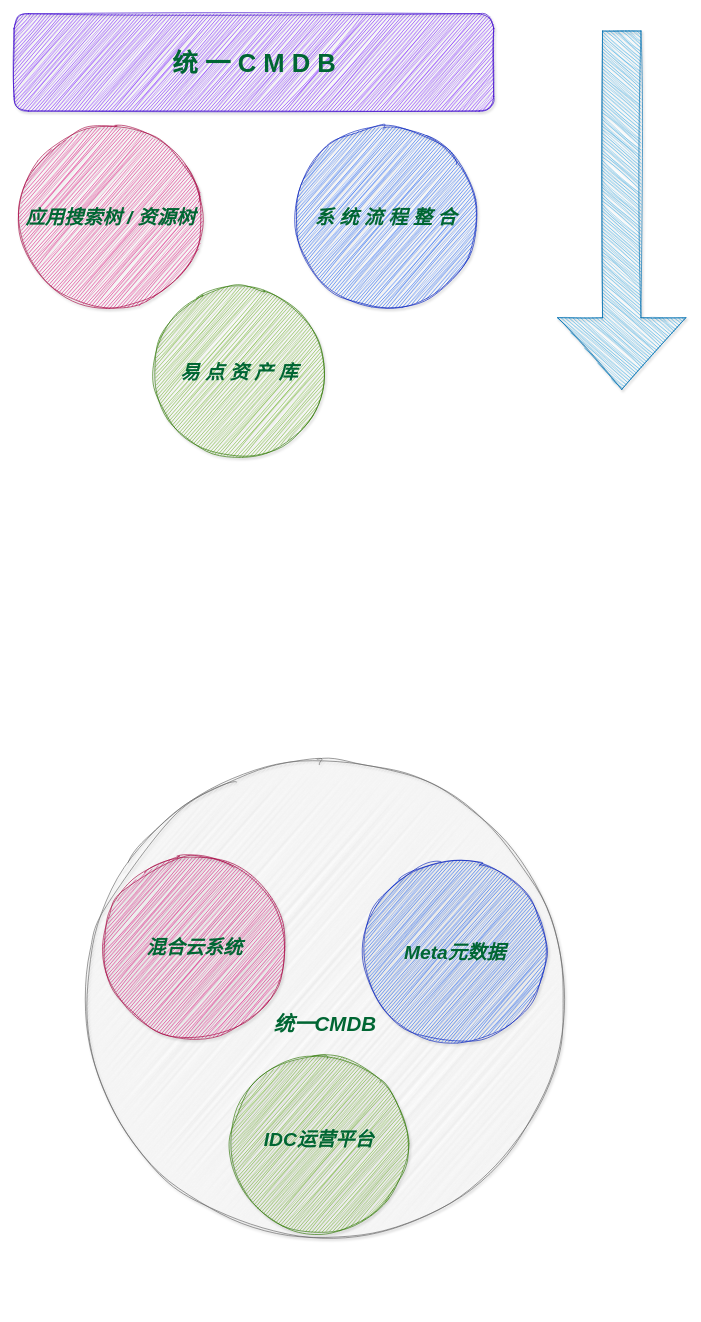
This is 统一CMDBV2.drawio from z7658329/my-utils, a draw.io file, before an edit. Source tidied: cells renumbered, new cells numbered last; positions are measured from the earlier drawing's top-left corner, leaving out a move shared by most shapes. Both pictures are drawn from the tidied source at 64%, with x=0, y=0 at pixel (13, 13).
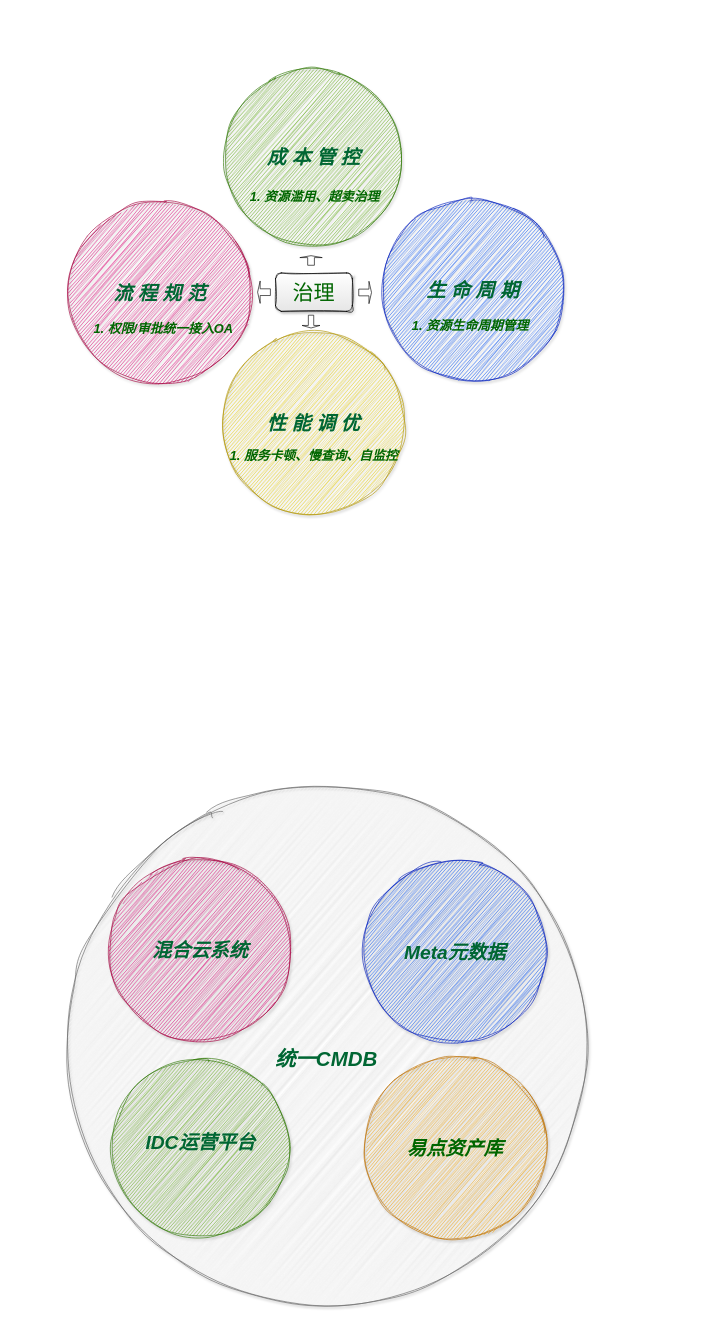
After the change.

Change to the diagram source:
```diff
@@
-    <mxCell id="2" value="&lt;div&gt;&lt;font style=&quot;color: rgb(0, 102, 51); font-size: 32px;&quot;&gt;&lt;b style=&quot;&quot;&gt;&lt;i style=&quot;&quot;&gt;&lt;br&gt;&lt;/i&gt;&lt;/b&gt;&lt;/font&gt;&lt;/div&gt;&lt;font style=&quot;color: rgb(0, 102, 51); font-size: 32px;&quot;&gt;&lt;b style=&quot;&quot;&gt;&lt;i style=&quot;&quot;&gt;&lt;div style=&quot;&quot;&gt;&lt;font style=&quot;color: rgb(0, 102, 51);&quot;&gt;&lt;br&gt;&lt;/font&gt;&lt;/div&gt;统一CMDB&lt;/i&gt;&lt;/b&gt;&lt;/font&gt;" style="ellipse;whiteSpace=wrap;html=1;fillColor=#f5f5f5;fontColor=#333333;strokeColor=#666666;sketch=1;curveFitting=1;jiggle=2;shadow=1;" parent="1" vertex="1">
-      <mxGeometry x="113" y="1166" width="747" height="747" as="geometry" />
+    <mxCell id="2" value="&lt;div&gt;&lt;font style=&quot;color: rgb(0, 102, 51); font-size: 32px;&quot;&gt;&lt;b style=&quot;&quot;&gt;&lt;i style=&quot;&quot;&gt;&lt;br&gt;&lt;/i&gt;&lt;/b&gt;&lt;/font&gt;&lt;/div&gt;&lt;font style=&quot;color: rgb(0, 102, 51); font-size: 32px;&quot;&gt;&lt;b style=&quot;&quot;&gt;&lt;i style=&quot;&quot;&gt;&lt;div style=&quot;&quot;&gt;&lt;b style=&quot;color: light-dark(rgb(0, 102, 51), rgb(105, 193, 149)); background-color: transparent;&quot;&gt;&lt;i&gt;统一CMDB&lt;/i&gt;&lt;/b&gt;&lt;/div&gt;&lt;/i&gt;&lt;/b&gt;&lt;/font&gt;" style="ellipse;whiteSpace=wrap;html=1;fillColor=#f5f5f5;fontColor=#333333;strokeColor=#666666;sketch=1;curveFitting=1;jiggle=2;shadow=1;" parent="1" vertex="1">
+      <mxGeometry x="82" y="1206" width="813" height="813" as="geometry" />
     </mxCell>
-    <mxCell id="3" value="&lt;b&gt;&lt;font style=&quot;color: rgb(0, 102, 51); font-size: 40px;&quot;&gt;统 一 C M D B&lt;/font&gt;&lt;/b&gt;" style="rounded=1;whiteSpace=wrap;html=1;fillColor=#6a00ff;strokeColor=#3700CC;shadow=1;sketch=1;curveFitting=1;jiggle=2;glass=0;fontColor=#ffffff;align=center;" parent="1" vertex="1">
-      <mxGeometry x="0.5" width="749.5" height="152" as="geometry" />
-    </mxCell>
-    <mxCell id="4" style="shape=singleArrow;direction=south;whiteSpace=wrap;html=1;fillColor=#1ba1e2;strokeColor=#006EAF;fontColor=#ffffff;shadow=1;sketch=1;curveFitting=1;jiggle=2;" parent="1" vertex="1">
-      <mxGeometry x="850" y="27" width="200" height="560" as="geometry" />
-    </mxCell>
-    <mxCell id="5" value="&lt;b style=&quot;color: rgb(0, 102, 51); font-size: 30px;&quot;&gt;&lt;i&gt;易 点 资 产 库&lt;/i&gt;&lt;/b&gt;" style="ellipse;whiteSpace=wrap;html=1;fillColor=#60a917;strokeColor=#2D7600;sketch=1;curveFitting=1;jiggle=2;shadow=1;fontColor=#ffffff;" parent="1" vertex="1">
-      <mxGeometry x="219" y="426" width="267" height="267" as="geometry" />
-    </mxCell>
-    <mxCell id="6" value="&lt;b style=&quot;color: rgb(0, 102, 51); font-size: 30px;&quot;&gt;&lt;i&gt;应用搜索树 / 资源树&lt;/i&gt;&lt;/b&gt;" style="ellipse;whiteSpace=wrap;html=1;fillColor=#d80073;strokeColor=#A50040;sketch=1;curveFitting=1;jiggle=2;shadow=1;fontColor=#ffffff;" parent="1" vertex="1">
-      <mxGeometry x="9" y="175" width="285" height="285" as="geometry" />
-    </mxCell>
-    <mxCell id="7" value="&lt;i style=&quot;color: rgb(0, 102, 51); font-size: 30px;&quot;&gt;&lt;b&gt;系 统 流 程 整 合&lt;/b&gt;&lt;/i&gt;" style="ellipse;whiteSpace=wrap;html=1;fillColor=#0050ef;strokeColor=#001DBC;sketch=1;curveFitting=1;jiggle=2;shadow=1;fontColor=#ffffff;" parent="1" vertex="1">
-      <mxGeometry x="439" y="175" width="285" height="285" as="geometry" />
-    </mxCell>
     <mxCell id="8" value="&lt;b style=&quot;color: rgb(0, 102, 51); font-size: 30px;&quot;&gt;&lt;i&gt;IDC运营平台&lt;/i&gt;&lt;/b&gt;&lt;div&gt;&lt;br&gt;&lt;/div&gt;" style="ellipse;whiteSpace=wrap;html=1;fillColor=#60a917;strokeColor=#2D7600;sketch=1;curveFitting=1;jiggle=2;shadow=1;fontColor=#ffffff;" parent="1" vertex="1">
-      <mxGeometry x="338" y="1627" width="278" height="278" as="geometry" />
+      <mxGeometry x="152.5" y="1632.5" width="278" height="278" as="geometry" />
     </mxCell>
     <mxCell id="9" value="&lt;font color=&quot;#006633&quot;&gt;&lt;span style=&quot;font-size: 30px;&quot;&gt;&lt;b&gt;&lt;i&gt;混合云系统&lt;/i&gt;&lt;/b&gt;&lt;/span&gt;&lt;/font&gt;" style="ellipse;whiteSpace=wrap;html=1;fillColor=#d80073;strokeColor=#A50040;sketch=1;curveFitting=1;jiggle=2;shadow=1;fontColor=#ffffff;" parent="1" vertex="1">
-      <mxGeometry x="140" y="1316" width="285" height="285" as="geometry" />
+      <mxGeometry x="149" y="1320" width="285" height="285" as="geometry" />
     </mxCell>
@@
+    <mxCell id="11" value="&lt;font style=&quot;color: rgb(0, 102, 0); font-size: 30px;&quot;&gt;&lt;b&gt;&lt;i&gt;易点资产库&lt;/i&gt;&lt;/b&gt;&lt;/font&gt;" style="ellipse;whiteSpace=wrap;html=1;fillColor=#f0a30a;strokeColor=#BD7000;sketch=1;curveFitting=1;jiggle=2;shadow=1;fontColor=#000000;" parent="1" vertex="1">
+      <mxGeometry x="547" y="1629" width="285" height="285" as="geometry" />
+    </mxCell>
+    <mxCell id="12" style="group;" parent="1" vertex="1">
+      <mxGeometry x="329.5" y="86" width="278" height="280" as="geometry" />
+    </mxCell>
+    <mxCell id="5" value="&lt;b style=&quot;color: rgb(0, 102, 51); font-size: 30px;&quot;&gt;&lt;i&gt;成 本 管 控&lt;/i&gt;&lt;/b&gt;" style="ellipse;whiteSpace=wrap;html=1;fillColor=#60a917;strokeColor=#2D7600;sketch=1;curveFitting=1;jiggle=2;shadow=1;fontColor=#ffffff;" parent="12" vertex="1">
+      <mxGeometry width="277" height="277" as="geometry" />
+    </mxCell>
+    <mxCell id="13" value="&lt;font style=&quot;font-size: 20px; color: rgb(0, 102, 0);&quot;&gt;&lt;b&gt;&lt;i&gt;1. 资源滥用、超卖治理&lt;/i&gt;&lt;/b&gt;&lt;/font&gt;" style="text;html=1;align=center;verticalAlign=middle;whiteSpace=wrap;rounded=0;" parent="12" vertex="1">
+      <mxGeometry x="13.5" y="146.8" width="255.1" height="104.9" as="geometry" />
+    </mxCell>
+    <mxCell id="14" style="group;" parent="1" vertex="1">
+      <mxGeometry x="86" y="293" width="285" height="285" as="geometry" />
+    </mxCell>
+    <mxCell id="6" value="&lt;b style=&quot;color: rgb(0, 102, 51); font-size: 30px;&quot;&gt;&lt;i&gt;流 程 规 范&lt;/i&gt;&lt;/b&gt;" style="ellipse;whiteSpace=wrap;html=1;fillColor=#d80073;strokeColor=#A50040;sketch=1;curveFitting=1;jiggle=2;shadow=1;fontColor=#ffffff;" parent="14" vertex="1">
+      <mxGeometry width="285" height="285" as="geometry" />
+    </mxCell>
+    <mxCell id="15" value="&lt;font style=&quot;font-size: 20px; color: rgb(0, 102, 0);&quot;&gt;&lt;b&gt;&lt;i&gt;1. 权限/审批统一接入OA&lt;/i&gt;&lt;/b&gt;&lt;/font&gt;" style="text;html=1;align=center;verticalAlign=middle;whiteSpace=wrap;rounded=0;" parent="14" vertex="1">
+      <mxGeometry x="22" y="117" width="252" height="164" as="geometry" />
+    </mxCell>
+    <mxCell id="16" style="group;" parent="1" vertex="1">
+      <mxGeometry x="575" y="289" width="285" height="285" as="geometry" />
+    </mxCell>
+    <mxCell id="7" value="&lt;i style=&quot;color: rgb(0, 102, 51); font-size: 30px;&quot;&gt;&lt;b&gt;生 命 周 期&lt;/b&gt;&lt;/i&gt;" style="ellipse;whiteSpace=wrap;html=1;fillColor=#0050ef;strokeColor=#001DBC;sketch=1;curveFitting=1;jiggle=2;shadow=1;fontColor=#ffffff;" parent="16" vertex="1">
+      <mxGeometry width="285" height="285" as="geometry" />
+    </mxCell>
+    <mxCell id="17" value="&lt;font style=&quot;font-size: 20px; color: rgb(0, 102, 0);&quot;&gt;&lt;b&gt;&lt;i&gt;1. 资源生命周期管理&lt;/i&gt;&lt;/b&gt;&lt;/font&gt;" style="text;html=1;align=center;verticalAlign=middle;whiteSpace=wrap;rounded=0;" parent="16" vertex="1">
+      <mxGeometry x="16" y="148" width="245" height="100" as="geometry" />
+    </mxCell>
+    <mxCell id="18" style="group;" parent="1" vertex="1">
+      <mxGeometry x="326" y="497" width="285" height="285" as="geometry" />
+    </mxCell>
+    <mxCell id="19" value="&lt;i style=&quot;color: rgb(0, 102, 51); font-size: 30px;&quot;&gt;&lt;b&gt;性 能 调 优&lt;/b&gt;&lt;/i&gt;" style="ellipse;whiteSpace=wrap;html=1;fillColor=#e3c800;strokeColor=#B09500;sketch=1;curveFitting=1;jiggle=2;shadow=1;fontColor=#000000;" parent="18" vertex="1">
+      <mxGeometry width="285" height="285" as="geometry" />
+    </mxCell>
+    <mxCell id="20" value="&lt;font style=&quot;font-size: 20px; color: rgb(0, 102, 0);&quot;&gt;&lt;b&gt;&lt;i&gt;1. 服务卡顿、&lt;/i&gt;&lt;/b&gt;&lt;/font&gt;&lt;b style=&quot;background-color: transparent; color: light-dark(rgb(0, 102, 0), rgb(111, 199, 111)); font-size: 20px;&quot;&gt;&lt;i&gt;慢查询、自监控&lt;/i&gt;&lt;/b&gt;" style="text;html=1;align=center;verticalAlign=middle;whiteSpace=wrap;rounded=0;" parent="18" vertex="1">
+      <mxGeometry x="9.5" y="142" width="266" height="100" as="geometry" />
+    </mxCell>
+    <mxCell id="21" value="&lt;font style=&quot;font-size: 33px; color: rgb(0, 102, 0);&quot;&gt;治理&lt;/font&gt;" style="rounded=1;whiteSpace=wrap;html=1;sketch=1;curveFitting=1;jiggle=2;shadow=1;gradientColor=#E6E6E6;" parent="1" vertex="1">
+      <mxGeometry x="409" y="405" width="120" height="60" as="geometry" />
+    </mxCell>
+    <mxCell id="22" style="shape=singleArrow;direction=west;whiteSpace=wrap;html=1;" parent="1" vertex="1">
+      <mxGeometry x="381" y="417.5" width="20" height="35" as="geometry" />
+    </mxCell>
+    <mxCell id="23" style="shape=singleArrow;direction=west;whiteSpace=wrap;html=1;rotation=-180;" parent="1" vertex="1">
+      <mxGeometry x="539" y="418" width="20" height="35" as="geometry" />
+    </mxCell>
+    <mxCell id="24" style="shape=singleArrow;direction=north;whiteSpace=wrap;html=1;" parent="1" vertex="1">
+      <mxGeometry x="447" y="378" width="35" height="15" as="geometry" />
+    </mxCell>
+    <mxCell id="25" style="shape=singleArrow;direction=south;whiteSpace=wrap;html=1;" parent="1" vertex="1">
+      <mxGeometry x="450.5" y="471" width="28" height="20" as="geometry" />
+    </mxCell>
```
